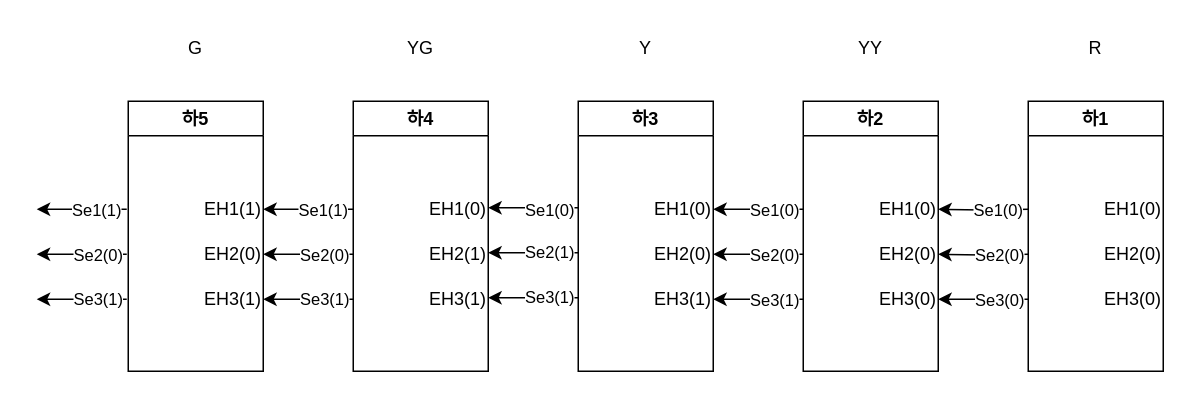
This is page "페이지-2" (2 of 2) of EABS/Document_Pack/ASDD/ContextDiagram/EABS_context_diagram_all.drawio from chillin2/MyDraw.io, a draw.io file, before an edit. Source tidied: cells renumbered, new cells numbered last; positions are measured from the earlier drawing's top-left corner, leaving out a move shared by most shapes. Both pictures are drawn from the tidied source at 150%, with x=0, y=0 at pixel (36, 26).
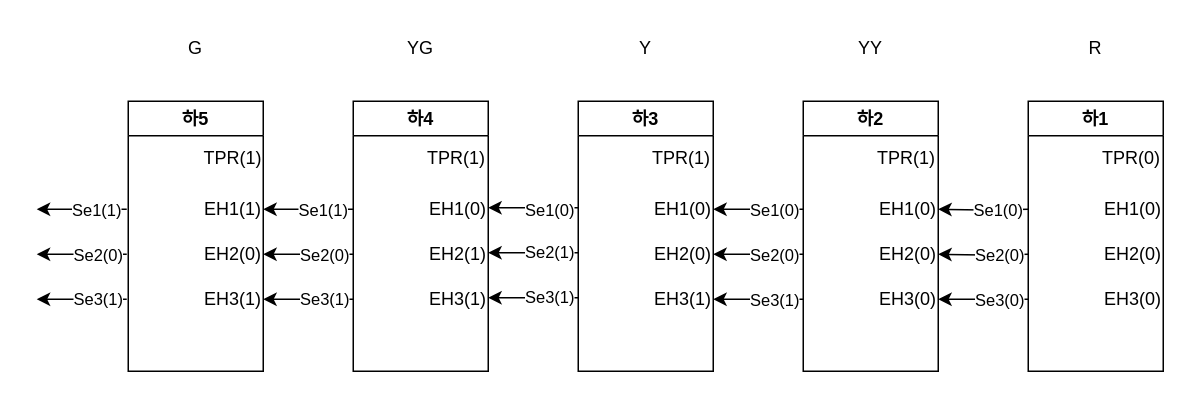
Above is the later version.

Change to the diagram source:
```diff
@@
+    <mxCell id="58" value="TPR(1)" style="text;html=1;strokeColor=none;fillColor=none;align=center;verticalAlign=middle;whiteSpace=wrap;rounded=0;" parent="1" vertex="1">
+      <mxGeometry x="111" y="73" width="40" height="30" as="geometry" />
+    </mxCell>
+    <mxCell id="59" value="TPR(1)" style="text;html=1;strokeColor=none;fillColor=none;align=center;verticalAlign=middle;whiteSpace=wrap;rounded=0;" parent="1" vertex="1">
+      <mxGeometry x="260" y="73" width="40" height="30" as="geometry" />
+    </mxCell>
+    <mxCell id="60" value="TPR(1)" style="text;html=1;strokeColor=none;fillColor=none;align=center;verticalAlign=middle;whiteSpace=wrap;rounded=0;" parent="1" vertex="1">
+      <mxGeometry x="410" y="73" width="40" height="30" as="geometry" />
+    </mxCell>
+    <mxCell id="61" value="TPR(1)" style="text;html=1;strokeColor=none;fillColor=none;align=center;verticalAlign=middle;whiteSpace=wrap;rounded=0;" parent="1" vertex="1">
+      <mxGeometry x="560" y="73" width="40" height="30" as="geometry" />
+    </mxCell>
+    <mxCell id="62" value="TPR(0)" style="text;html=1;strokeColor=none;fillColor=none;align=center;verticalAlign=middle;whiteSpace=wrap;rounded=0;" parent="1" vertex="1">
+      <mxGeometry x="710" y="73" width="40" height="30" as="geometry" />
+    </mxCell>
```
